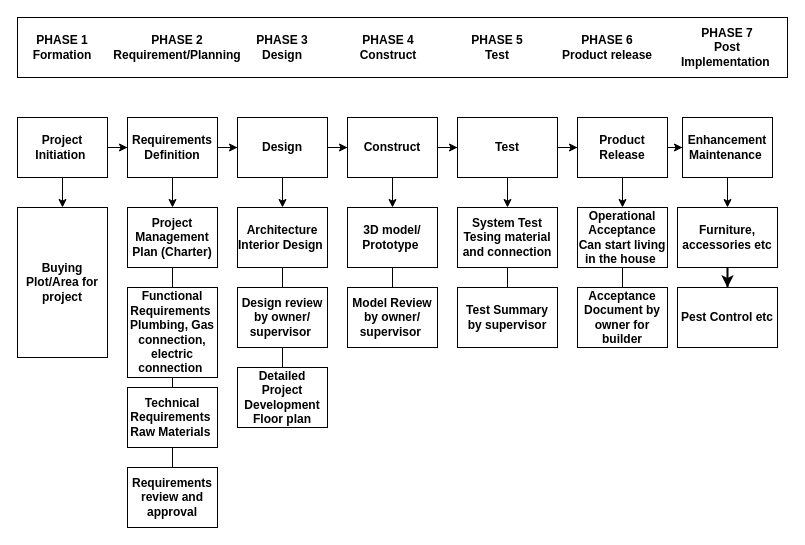
Before: stationary shop.drawio in Dikshit28/SEPM_Dikshit19csu379, a draw.io diagram. Source tidied: cells renumbered, new cells numbered last; positions are measured from the earlier drawing's top-left corner, leaving out a move shared by most shapes. Both pictures are drawn from the tidied source at 100%, with x=0, y=0 at pixel (17, 17).
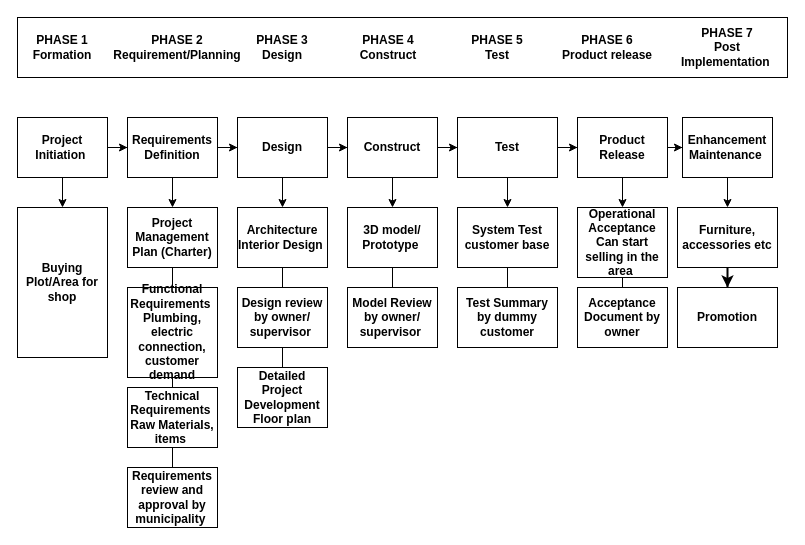
Above is the later version.

Diff of the diagram source:
```diff
@@
-    <mxCell id="30" value="Buying Plot/Area for project" style="rounded=0;whiteSpace=wrap;html=1;fontStyle=1;" parent="1" vertex="1">
+    <mxCell id="30" value="Buying Plot/Area for shop" style="rounded=0;whiteSpace=wrap;html=1;fontStyle=1;" parent="1" vertex="1">
       <mxGeometry y="190" width="90" height="150" as="geometry" />
     </mxCell>
@@
-    <mxCell id="34" value="Operational Acceptance&lt;br&gt;Can start living in the house&amp;nbsp;" style="rounded=0;whiteSpace=wrap;html=1;fontStyle=1;" parent="1" vertex="1">
-      <mxGeometry x="560" y="190" width="90" height="60" as="geometry" />
+    <mxCell id="34" value="Operational Acceptance&lt;br&gt;Can start selling in the area&amp;nbsp;" style="rounded=0;whiteSpace=wrap;html=1;fontStyle=1;" parent="1" vertex="1">
+      <mxGeometry x="560" y="190" width="90" height="70" as="geometry" />
     </mxCell>
-    <mxCell id="35" value="Acceptance Document by owner for builder" style="rounded=0;whiteSpace=wrap;html=1;fontStyle=1;" parent="1" vertex="1">
+    <mxCell id="35" value="Acceptance Document by owner" style="rounded=0;whiteSpace=wrap;html=1;fontStyle=1;" parent="1" vertex="1">
       <mxGeometry x="560" y="270" width="90" height="60" as="geometry" />
     </mxCell>
@@
-    <mxCell id="37" value="System Test&lt;br&gt;Tesing material and connection" style="rounded=0;whiteSpace=wrap;html=1;fontStyle=1;" parent="1" vertex="1">
+    <mxCell id="37" value="System Test&lt;br&gt;customer base" style="rounded=0;whiteSpace=wrap;html=1;fontStyle=1;" parent="1" vertex="1">
       <mxGeometry x="440" y="190" width="100" height="60" as="geometry" />
     </mxCell>
-    <mxCell id="38" value="Test Summary by supervisor" style="rounded=0;whiteSpace=wrap;html=1;fontStyle=1;" parent="1" vertex="1">
+    <mxCell id="38" value="Test Summary by dummy customer" style="rounded=0;whiteSpace=wrap;html=1;fontStyle=1;" parent="1" vertex="1">
       <mxGeometry x="440" y="270" width="100" height="60" as="geometry" />
     </mxCell>
@@
-    <mxCell id="50" value="Functional Requirements&amp;nbsp;&lt;br&gt;Plumbing, Gas connection, electric connection&amp;nbsp;" style="rounded=0;whiteSpace=wrap;html=1;fontStyle=1;" parent="1" vertex="1">
+    <mxCell id="50" value="Functional Requirements&amp;nbsp;&lt;br&gt;Plumbing, electric connection, customer demand" style="rounded=0;whiteSpace=wrap;html=1;fontStyle=1;" parent="1" vertex="1">
       <mxGeometry x="110" y="270" width="90" height="90" as="geometry" />
     </mxCell>
@@
-    <mxCell id="52" value="Technical Requirements&amp;nbsp;&lt;br&gt;Raw Materials&amp;nbsp;" style="rounded=0;whiteSpace=wrap;html=1;fontStyle=1;" parent="1" vertex="1">
+    <mxCell id="52" value="Technical Requirements&amp;nbsp;&lt;br&gt;Raw Materials, items&amp;nbsp;" style="rounded=0;whiteSpace=wrap;html=1;fontStyle=1;" parent="1" vertex="1">
       <mxGeometry x="110" y="370" width="90" height="60" as="geometry" />
     </mxCell>
-    <mxCell id="53" value="Requirements review and approval" style="rounded=0;whiteSpace=wrap;html=1;fontStyle=1;" parent="1" vertex="1">
+    <mxCell id="53" value="Requirements review and approval by municipality&amp;nbsp;" style="rounded=0;whiteSpace=wrap;html=1;fontStyle=1;" parent="1" vertex="1">
       <mxGeometry x="110" y="450" width="90" height="60" as="geometry" />
     </mxCell>
-    <mxCell id="54" value="Pest Control etc" style="rounded=0;whiteSpace=wrap;html=1;fontStyle=1;" parent="1" vertex="1">
+    <mxCell id="54" value="Promotion" style="rounded=0;whiteSpace=wrap;html=1;fontStyle=1;" parent="1" vertex="1">
       <mxGeometry x="660" y="270" width="100" height="60" as="geometry" />
     </mxCell>
```
